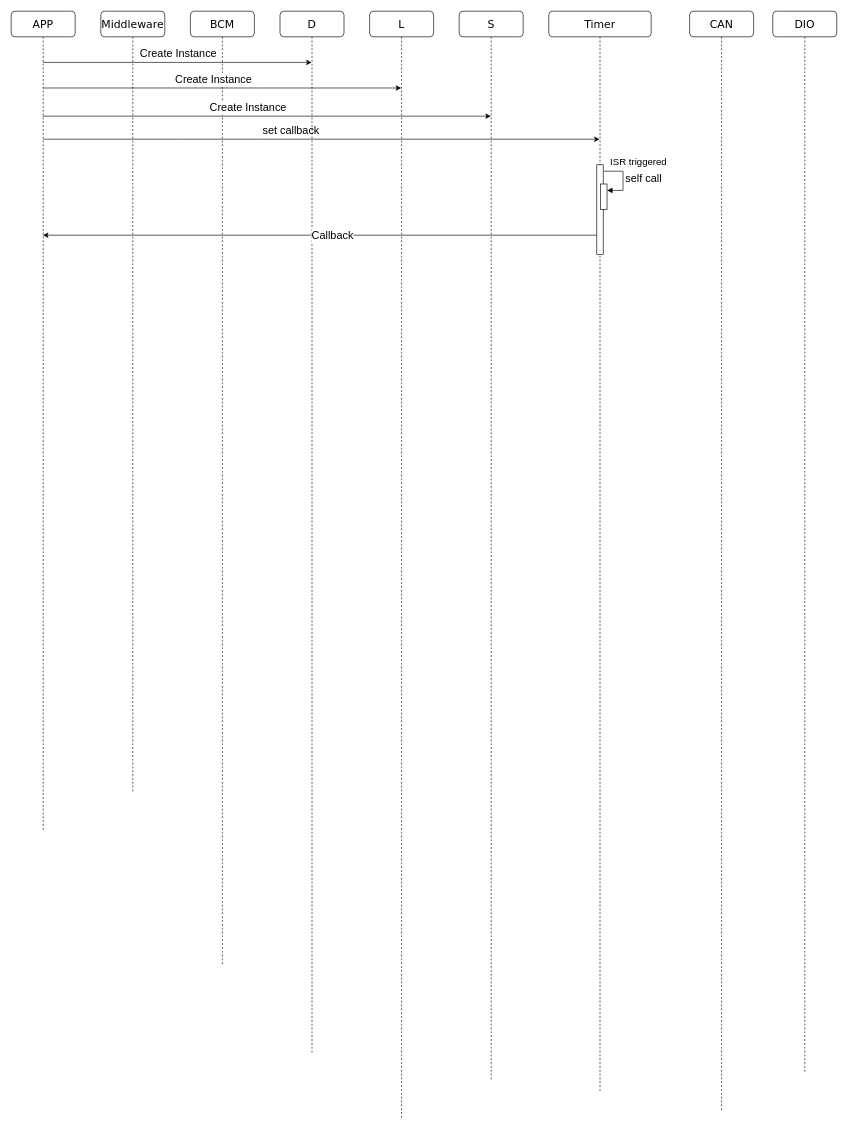
The draw.io diagram DynamicDesign/stateMachine.drawio in Tasnime1/Automotive-Door-Control-System-Design-Full-Static-and-Dynamic-Designs, before the edit. Source tidied: cells renumbered, new cells numbered last; positions are measured from the earlier drawing's top-left corner, leaving out a move shared by most shapes. Both pictures are drawn from the tidied source at 64%, with x=0, y=0 at pixel (11, 11).
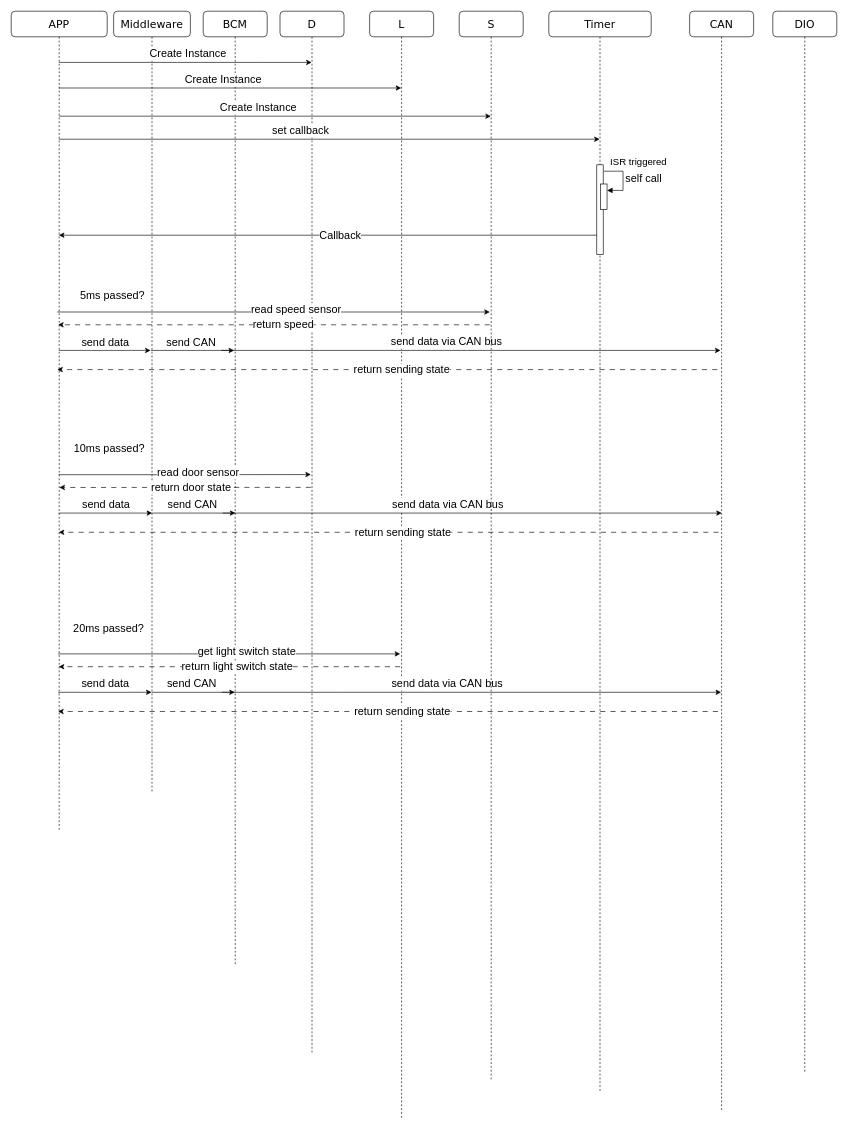
The same page after the edit.

The change refers to these unchanged cells:
```xml
<mxCell id="9" value="&lt;font style=&quot;font-size: 17px;&quot;&gt;L&lt;/font&gt;" style="shape=umlLifeline;perimeter=lifelinePerimeter;whiteSpace=wrap;html=1;outlineConnect=0;rounded=1;shadow=0;comic=0;labelBackgroundColor=none;strokeWidth=1;fontFamily=Verdana;fontSize=12;align=center;" parent="1" vertex="1">
  <mxGeometry x="560" width="100" height="1730" as="geometry" />
</mxCell>
<mxCell id="11" value="&lt;font style=&quot;font-size: 17px;&quot;&gt;Timer&lt;/font&gt;" style="shape=umlLifeline;perimeter=lifelinePerimeter;whiteSpace=wrap;html=1;outlineConnect=0;rounded=1;shadow=0;comic=0;labelBackgroundColor=none;strokeWidth=1;fontFamily=Verdana;fontSize=12;align=center;" parent="1" vertex="1">
  <mxGeometry x="840" width="160" height="1690" as="geometry" />
</mxCell>
```

Diff of the diagram source:
```diff
@@
     <mxCell id="2" value="&lt;font style=&quot;font-size: 17px;&quot;&gt;Middleware&lt;/font&gt;" style="shape=umlLifeline;perimeter=lifelinePerimeter;whiteSpace=wrap;html=1;rounded=1;shadow=0;comic=0;labelBackgroundColor=none;strokeWidth=1;fontFamily=Verdana;fontSize=12;align=center;" parent="1" vertex="1">
-      <mxGeometry x="140" width="100" height="1220" as="geometry" />
+      <mxGeometry x="160" width="120" height="1220" as="geometry" />
     </mxCell>
-    <mxCell id="3" style="endArrow=classic;html=1;rounded=0;fontSize=17;" parent="2" edge="1" target="11">
-      <mxGeometry relative="1" as="geometry">
-        <mxPoint x="-90" y="200" as="sourcePoint" />
-        <Array as="points">
-          <mxPoint x="121" y="200" />
-          <mxPoint x="251" y="200" />
-        </Array>
-      </mxGeometry>
-    </mxCell>
-    <mxCell id="4" value="set callback" style="edgeLabel;html=1;align=center;verticalAlign=middle;fontSize=17;" parent="3" vertex="1">
-      <mxGeometry x="-0.22" y="5" relative="1" as="geometry">
-        <mxPoint x="47" y="-9" as="offset" />
-      </mxGeometry>
-    </mxCell>
     <mxCell id="5" value="&lt;font style=&quot;font-size: 17px;&quot;&gt;BCM&lt;/font&gt;" style="shape=umlLifeline;perimeter=lifelinePerimeter;whiteSpace=wrap;html=1;rounded=1;shadow=0;comic=0;labelBackgroundColor=none;strokeWidth=1;fontFamily=Verdana;fontSize=12;align=center;" parent="1" vertex="1">
-      <mxGeometry x="280" width="100" height="1490" as="geometry" />
+      <mxGeometry x="300" width="100" height="1490" as="geometry" />
     </mxCell>
-    <mxCell id="6" style="endArrow=classic;html=1;rounded=0;fontSize=17;" parent="5" edge="1" target="9">
-      <mxGeometry relative="1" as="geometry">
-        <mxPoint x="-230" y="120" as="sourcePoint" />
-        <Array as="points">
-          <mxPoint x="-19" y="120" />
-          <mxPoint x="111" y="120" />
-        </Array>
-      </mxGeometry>
-    </mxCell>
-    <mxCell id="7" value="Create Instance" style="edgeLabel;html=1;align=center;verticalAlign=middle;fontSize=17;" parent="6" vertex="1">
-      <mxGeometry x="-0.22" y="5" relative="1" as="geometry">
-        <mxPoint x="47" y="-9" as="offset" />
-      </mxGeometry>
-    </mxCell>
@@
+    <mxCell id="25" value="10ms passed?" style="text;html=1;align=center;verticalAlign=middle;strokeColor=none;fillColor=none;fontSize=17;" parent="9" vertex="1">
+      <mxGeometry x="-471.7" y="670" width="130" height="30" as="geometry" />
+    </mxCell>
+    <mxCell id="26" value="20ms passed?" style="text;html=1;align=center;verticalAlign=middle;strokeColor=none;fillColor=none;fontSize=17;" parent="9" vertex="1">
+      <mxGeometry x="-472.7" y="950" width="130" height="30" as="geometry" />
+    </mxCell>
+    <mxCell id="27" style="endArrow=classic;html=1;rounded=0;fontSize=17;" parent="9" edge="1">
+      <mxGeometry relative="1" as="geometry">
+        <mxPoint x="-340.7" y="1064.2" as="sourcePoint" />
+        <mxPoint x="-210.7" y="1064.2" as="targetPoint" />
+        <Array as="points">
+          <mxPoint x="-224.7" y="1064.2" />
+        </Array>
+      </mxGeometry>
+    </mxCell>
+    <mxCell id="28" value="send CAN" style="edgeLabel;html=1;align=center;verticalAlign=middle;fontSize=17;" parent="27" vertex="1">
+      <mxGeometry x="0.17" y="6" relative="1" as="geometry">
+        <mxPoint x="-14" y="-7" as="offset" />
+      </mxGeometry>
+    </mxCell>
+    <mxCell id="29" style="endArrow=classic;html=1;rounded=0;fontSize=15;dashed=1;dashPattern=8 8;" parent="9" edge="1">
+      <mxGeometry relative="1" as="geometry">
+        <mxPoint x="47.8" y="1024.2" as="sourcePoint" />
+        <mxPoint x="-485.7" y="1024.2" as="targetPoint" />
+      </mxGeometry>
+    </mxCell>
+    <mxCell id="30" value="&lt;font style=&quot;font-size: 17px;&quot;&gt;return light switch state&lt;br&gt;&lt;/font&gt;" style="edgeLabel;html=1;align=center;verticalAlign=middle;fontSize=15;" parent="29" vertex="1">
+      <mxGeometry x="-0.04" relative="1" as="geometry">
+        <mxPoint x="1" as="offset" />
+      </mxGeometry>
+    </mxCell>
+    <mxCell id="31" style="endArrow=classic;html=1;rounded=0;fontSize=15;dashed=1;dashPattern=8 8;" parent="9" edge="1">
+      <mxGeometry relative="1" as="geometry">
+        <mxPoint x="544.3" y="1094.2" as="sourcePoint" />
+        <mxPoint x="-486.7" y="1094.2" as="targetPoint" />
+      </mxGeometry>
+    </mxCell>
+    <mxCell id="32" value="&lt;font style=&quot;font-size: 17px;&quot;&gt;return sending state&lt;br&gt;&lt;/font&gt;" style="edgeLabel;html=1;align=center;verticalAlign=middle;fontSize=15;" parent="31" vertex="1">
+      <mxGeometry x="-0.04" relative="1" as="geometry">
+        <mxPoint x="1" as="offset" />
+      </mxGeometry>
+    </mxCell>
+    <mxCell id="33" style="endArrow=classic;html=1;rounded=0;fontSize=17;" parent="9" edge="1">
+      <mxGeometry relative="1" as="geometry">
+        <mxPoint x="-486.7" y="1004.2" as="sourcePoint" />
+        <mxPoint x="47.8" y="1004.2" as="targetPoint" />
+        <Array as="points">
+          <mxPoint x="-290.7" y="1004.2" />
+        </Array>
+      </mxGeometry>
+    </mxCell>
+    <mxCell id="34" value="get light switch state" style="edgeLabel;html=1;align=center;verticalAlign=middle;fontSize=17;" parent="33" vertex="1">
+      <mxGeometry x="0.1" y="4" relative="1" as="geometry" />
+    </mxCell>
+    <mxCell id="35" style="endArrow=classic;html=1;rounded=0;fontSize=17;" parent="9" edge="1">
+      <mxGeometry relative="1" as="geometry">
+        <mxPoint x="-486.7" y="1064.2" as="sourcePoint" />
+        <mxPoint x="-340.7" y="1064.2" as="targetPoint" />
+        <Array as="points">
+          <mxPoint x="-370.7" y="1064.2" />
+        </Array>
+      </mxGeometry>
+    </mxCell>
+    <mxCell id="36" value="send data" style="edgeLabel;html=1;align=center;verticalAlign=middle;fontSize=17;" parent="35" vertex="1">
+      <mxGeometry x="0.17" y="6" relative="1" as="geometry">
+        <mxPoint x="-12" y="-7" as="offset" />
+      </mxGeometry>
+    </mxCell>
+    <mxCell id="37" style="endArrow=classic;html=1;rounded=0;fontSize=17;" parent="9" edge="1">
+      <mxGeometry relative="1" as="geometry">
+        <mxPoint x="-230.7" y="1064.2" as="sourcePoint" />
+        <mxPoint x="549.3" y="1064.2" as="targetPoint" />
+        <Array as="points">
+          <mxPoint x="-43.7" y="1064.2" />
+          <mxPoint x="86.3" y="1064.2" />
+        </Array>
+      </mxGeometry>
+    </mxCell>
+    <mxCell id="38" value="send data via CAN bus" style="edgeLabel;html=1;align=center;verticalAlign=middle;fontSize=17;" parent="37" vertex="1">
+      <mxGeometry x="-0.22" y="5" relative="1" as="geometry">
+        <mxPoint x="47" y="-9" as="offset" />
+      </mxGeometry>
+    </mxCell>
+    <mxCell id="39" style="endArrow=classic;html=1;rounded=0;fontSize=17;" parent="9" edge="1">
+      <mxGeometry relative="1" as="geometry">
+        <mxPoint x="-341.7" y="530" as="sourcePoint" />
+        <mxPoint x="-211.7" y="530" as="targetPoint" />
+        <Array as="points">
+          <mxPoint x="-225.7" y="530" />
+        </Array>
+      </mxGeometry>
+    </mxCell>
+    <mxCell id="40" value="send CAN" style="edgeLabel;html=1;align=center;verticalAlign=middle;fontSize=17;" parent="39" vertex="1">
+      <mxGeometry x="0.17" y="6" relative="1" as="geometry">
+        <mxPoint x="-14" y="-7" as="offset" />
+      </mxGeometry>
+    </mxCell>
+    <mxCell id="41" style="endArrow=classic;html=1;rounded=0;fontSize=17;" parent="9" edge="1">
+      <mxGeometry relative="1" as="geometry">
+        <mxPoint x="-339.7" y="784.2" as="sourcePoint" />
+        <mxPoint x="-209.7" y="784.2" as="targetPoint" />
+        <Array as="points">
+          <mxPoint x="-223.7" y="784.2" />
+        </Array>
+      </mxGeometry>
+    </mxCell>
+    <mxCell id="42" value="send CAN" style="edgeLabel;html=1;align=center;verticalAlign=middle;fontSize=17;" parent="41" vertex="1">
+      <mxGeometry x="0.17" y="6" relative="1" as="geometry">
+        <mxPoint x="-14" y="-7" as="offset" />
+      </mxGeometry>
+    </mxCell>
+    <mxCell id="43" style="endArrow=classic;html=1;rounded=0;fontSize=15;dashed=1;dashPattern=8 8;" parent="9" edge="1">
+      <mxGeometry relative="1" as="geometry">
+        <mxPoint x="-91.7" y="744" as="sourcePoint" />
+        <mxPoint x="-484.7" y="744.2" as="targetPoint" />
+      </mxGeometry>
+    </mxCell>
+    <mxCell id="44" value="&lt;font style=&quot;font-size: 17px;&quot;&gt;return door state&lt;br&gt;&lt;/font&gt;" style="edgeLabel;html=1;align=center;verticalAlign=middle;fontSize=15;" parent="43" vertex="1">
+      <mxGeometry x="-0.04" relative="1" as="geometry">
+        <mxPoint x="1" as="offset" />
+      </mxGeometry>
+    </mxCell>
+    <mxCell id="45" style="endArrow=classic;html=1;rounded=0;fontSize=15;dashed=1;dashPattern=8 8;" parent="9" edge="1">
+      <mxGeometry relative="1" as="geometry">
+        <mxPoint x="545.3" y="814.2" as="sourcePoint" />
+        <mxPoint x="-485.7" y="814.2" as="targetPoint" />
+      </mxGeometry>
+    </mxCell>
+    <mxCell id="46" value="&lt;font style=&quot;font-size: 17px;&quot;&gt;return sending state&lt;br&gt;&lt;/font&gt;" style="edgeLabel;html=1;align=center;verticalAlign=middle;fontSize=15;" parent="45" vertex="1">
+      <mxGeometry x="-0.04" relative="1" as="geometry">
+        <mxPoint x="1" as="offset" />
+      </mxGeometry>
+    </mxCell>
+    <mxCell id="47" style="endArrow=classic;html=1;rounded=0;fontSize=17;" parent="9" edge="1">
+      <mxGeometry relative="1" as="geometry">
+        <mxPoint x="-485.7" y="724.2" as="sourcePoint" />
+        <mxPoint x="-91.7" y="724" as="targetPoint" />
+        <Array as="points">
+          <mxPoint x="-289.7" y="724.2" />
+        </Array>
+      </mxGeometry>
+    </mxCell>
+    <mxCell id="48" value="read door sensor" style="edgeLabel;html=1;align=center;verticalAlign=middle;fontSize=17;" parent="47" vertex="1">
+      <mxGeometry x="0.1" y="4" relative="1" as="geometry" />
+    </mxCell>
+    <mxCell id="49" style="endArrow=classic;html=1;rounded=0;fontSize=17;" parent="9" edge="1">
+      <mxGeometry relative="1" as="geometry">
+        <mxPoint x="-485.7" y="784.2" as="sourcePoint" />
+        <mxPoint x="-339.7" y="784.2" as="targetPoint" />
+        <Array as="points">
+          <mxPoint x="-369.7" y="784.2" />
+        </Array>
+      </mxGeometry>
+    </mxCell>
+    <mxCell id="50" value="send data" style="edgeLabel;html=1;align=center;verticalAlign=middle;fontSize=17;" parent="49" vertex="1">
+      <mxGeometry x="0.17" y="6" relative="1" as="geometry">
+        <mxPoint x="-12" y="-7" as="offset" />
+      </mxGeometry>
+    </mxCell>
+    <mxCell id="51" style="endArrow=classic;html=1;rounded=0;fontSize=17;" parent="9" edge="1">
+      <mxGeometry relative="1" as="geometry">
+        <mxPoint x="-229.7" y="784.2" as="sourcePoint" />
+        <mxPoint x="550.3" y="784.2" as="targetPoint" />
+        <Array as="points">
+          <mxPoint x="-42.7" y="784.2" />
+          <mxPoint x="87.3" y="784.2" />
+        </Array>
+      </mxGeometry>
+    </mxCell>
+    <mxCell id="52" value="send data via CAN bus" style="edgeLabel;html=1;align=center;verticalAlign=middle;fontSize=17;" parent="51" vertex="1">
+      <mxGeometry x="-0.22" y="5" relative="1" as="geometry">
+        <mxPoint x="47" y="-9" as="offset" />
+      </mxGeometry>
+    </mxCell>
+    <mxCell id="53" style="endArrow=classic;html=1;rounded=0;fontSize=15;dashed=1;dashPattern=8 8;" parent="9" edge="1">
+      <mxGeometry relative="1" as="geometry">
+        <mxPoint x="187.8" y="490" as="sourcePoint" />
+        <mxPoint x="-486.7" y="490" as="targetPoint" />
+      </mxGeometry>
+    </mxCell>
+    <mxCell id="54" value="&lt;font style=&quot;font-size: 17px;&quot;&gt;return speed&lt;br&gt;&lt;/font&gt;" style="edgeLabel;html=1;align=center;verticalAlign=middle;fontSize=15;" parent="53" vertex="1">
+      <mxGeometry x="-0.04" relative="1" as="geometry">
+        <mxPoint x="1" as="offset" />
+      </mxGeometry>
+    </mxCell>
+    <mxCell id="55" style="endArrow=classic;html=1;rounded=0;fontSize=15;dashed=1;dashPattern=8 8;" parent="9" edge="1">
+      <mxGeometry relative="1" as="geometry">
+        <mxPoint x="543.3" y="560" as="sourcePoint" />
+        <mxPoint x="-488" y="560" as="targetPoint" />
+      </mxGeometry>
+    </mxCell>
+    <mxCell id="56" value="&lt;font style=&quot;font-size: 17px;&quot;&gt;return sending state&lt;br&gt;&lt;/font&gt;" style="edgeLabel;html=1;align=center;verticalAlign=middle;fontSize=15;" parent="55" vertex="1">
+      <mxGeometry x="-0.04" relative="1" as="geometry">
+        <mxPoint x="1" as="offset" />
+      </mxGeometry>
+    </mxCell>
+    <mxCell id="57" style="endArrow=classic;html=1;rounded=0;fontSize=17;" parent="9" edge="1">
+      <mxGeometry relative="1" as="geometry">
+        <mxPoint x="-488" y="470" as="sourcePoint" />
+        <mxPoint x="187.8" y="470" as="targetPoint" />
+        <Array as="points">
+          <mxPoint x="-291.7" y="470" />
+        </Array>
+      </mxGeometry>
+    </mxCell>
+    <mxCell id="58" value="read speed sensor" style="edgeLabel;html=1;align=center;verticalAlign=middle;fontSize=17;" parent="57" vertex="1">
+      <mxGeometry x="0.1" y="4" relative="1" as="geometry" />
+    </mxCell>
+    <mxCell id="59" style="endArrow=classic;html=1;rounded=0;fontSize=17;" parent="9" edge="1" source="18">
+      <mxGeometry relative="1" as="geometry">
+        <mxPoint x="-342.2" y="530" as="targetPoint" />
+        <Array as="points">
+          <mxPoint x="-371.7" y="530" />
+        </Array>
+      </mxGeometry>
+    </mxCell>
+    <mxCell id="60" value="send data" style="edgeLabel;html=1;align=center;verticalAlign=middle;fontSize=17;" parent="59" vertex="1">
+      <mxGeometry x="0.17" y="6" relative="1" as="geometry">
+        <mxPoint x="-12" y="-7" as="offset" />
+      </mxGeometry>
+    </mxCell>
+    <mxCell id="61" style="endArrow=classic;html=1;rounded=0;fontSize=17;" parent="9" edge="1">
+      <mxGeometry relative="1" as="geometry">
+        <mxPoint x="-231.7" y="530" as="sourcePoint" />
+        <mxPoint x="548.3" y="530" as="targetPoint" />
+        <Array as="points">
+          <mxPoint x="-44.7" y="530" />
+          <mxPoint x="85.3" y="530" />
+        </Array>
+      </mxGeometry>
+    </mxCell>
+    <mxCell id="62" value="send data via CAN bus" style="edgeLabel;html=1;align=center;verticalAlign=middle;fontSize=17;" parent="61" vertex="1">
+      <mxGeometry x="-0.22" y="5" relative="1" as="geometry">
+        <mxPoint x="47" y="-9" as="offset" />
+      </mxGeometry>
+    </mxCell>
+    <mxCell id="63" value="5ms passed?" style="text;html=1;align=center;verticalAlign=middle;strokeColor=none;fillColor=none;fontSize=17;" parent="9" vertex="1">
+      <mxGeometry x="-461.7" y="430" width="120" height="30" as="geometry" />
+    </mxCell>
@@
     <mxCell id="18" value="&lt;font style=&quot;font-size: 17px;&quot;&gt;APP&lt;/font&gt;" style="shape=umlLifeline;perimeter=lifelinePerimeter;whiteSpace=wrap;html=1;outlineConnect=0;rounded=1;shadow=0;comic=0;labelBackgroundColor=none;strokeWidth=1;fontFamily=Verdana;fontSize=12;align=center;" parent="1" vertex="1">
-      <mxGeometry width="100" height="1280" as="geometry" />
+      <mxGeometry width="150" height="1280" as="geometry" />
     </mxCell>
@@
     <mxCell id="23" style="endArrow=classic;html=1;rounded=0;fontSize=17;" parent="1" edge="1">
       <mxGeometry relative="1" as="geometry">
-        <mxPoint x="49.2" y="164" as="sourcePoint" />
+        <mxPoint x="75" y="164" as="sourcePoint" />
         <mxPoint x="749.5" y="164" as="targetPoint" />
         <Array as="points">
           <mxPoint x="251" y="164" />
           <mxPoint x="381" y="164" />
         </Array>
       </mxGeometry>
     </mxCell>
@@
+    <mxCell id="6" style="endArrow=classic;html=1;rounded=0;fontSize=17;" parent="1" edge="1" source="18" target="9">
+      <mxGeometry relative="1" as="geometry">
+        <Array as="points">
+          <mxPoint x="261" y="120" />
+          <mxPoint x="391" y="120" />
+        </Array>
+      </mxGeometry>
+    </mxCell>
+    <mxCell id="7" value="Create Instance" style="edgeLabel;html=1;align=center;verticalAlign=middle;fontSize=17;" parent="6" vertex="1">
+      <mxGeometry x="-0.22" y="5" relative="1" as="geometry">
+        <mxPoint x="47" y="-9" as="offset" />
+      </mxGeometry>
+    </mxCell>
+    <mxCell id="3" style="endArrow=classic;html=1;rounded=0;fontSize=17;" parent="1" edge="1" source="18" target="11">
+      <mxGeometry relative="1" as="geometry">
+        <Array as="points">
+          <mxPoint x="261" y="200" />
+          <mxPoint x="391" y="200" />
+        </Array>
+      </mxGeometry>
+    </mxCell>
+    <mxCell id="4" value="set callback" style="edgeLabel;html=1;align=center;verticalAlign=middle;fontSize=17;" parent="3" vertex="1">
+      <mxGeometry x="-0.22" y="5" relative="1" as="geometry">
+        <mxPoint x="47" y="-9" as="offset" />
+      </mxGeometry>
+    </mxCell>
```
